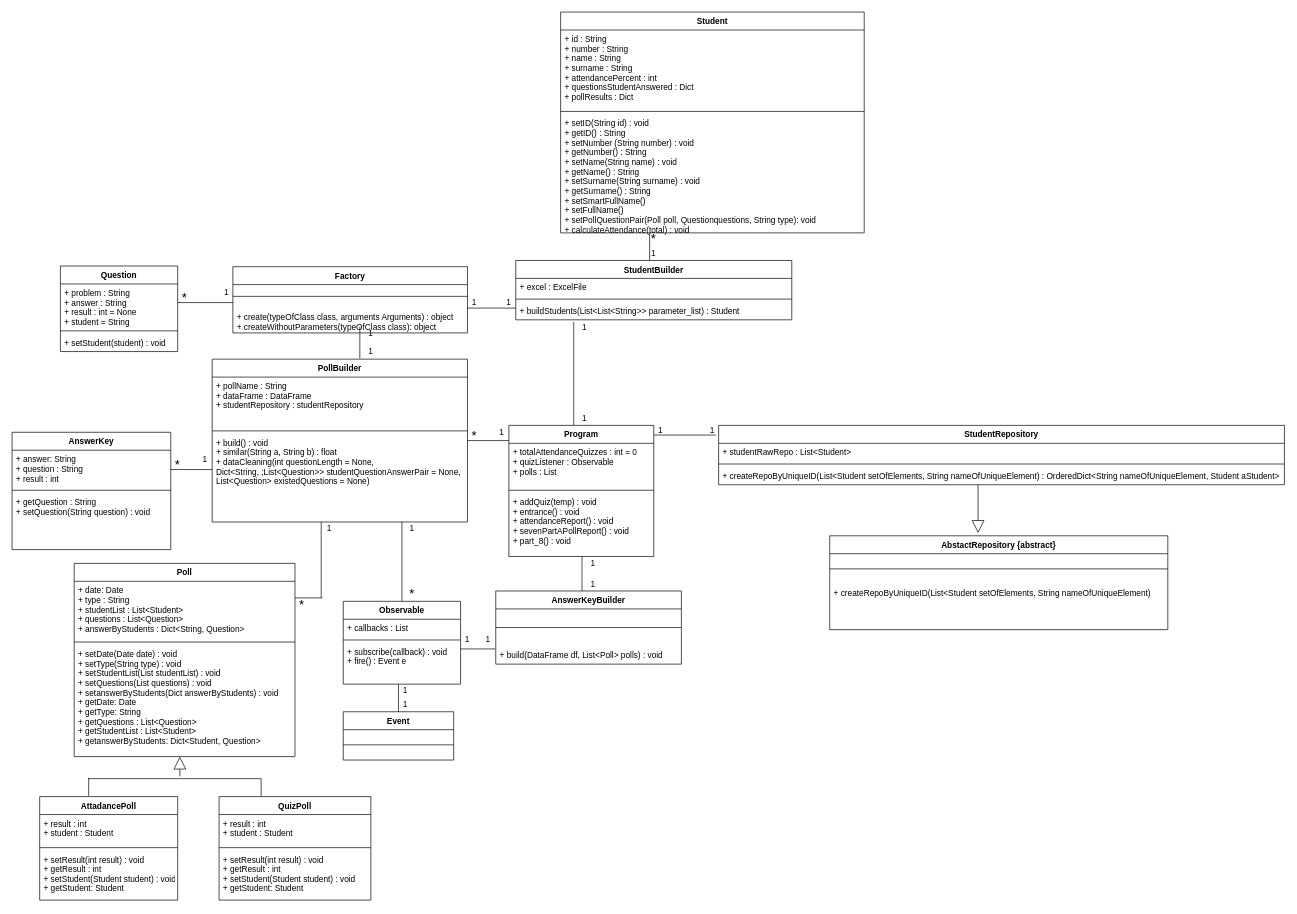
Earlier version of the draw.io diagram PythonProject/iteration1/DCD.drawio (alperdokay/CSE3063F20P1_GRP20). Source tidied: cells renumbered, new cells numbered last; positions are measured from the earlier drawing's top-left corner, leaving out a move shared by most shapes. Both pictures are drawn from the tidied source at 69%, with x=0, y=0 at pixel (12, 12).
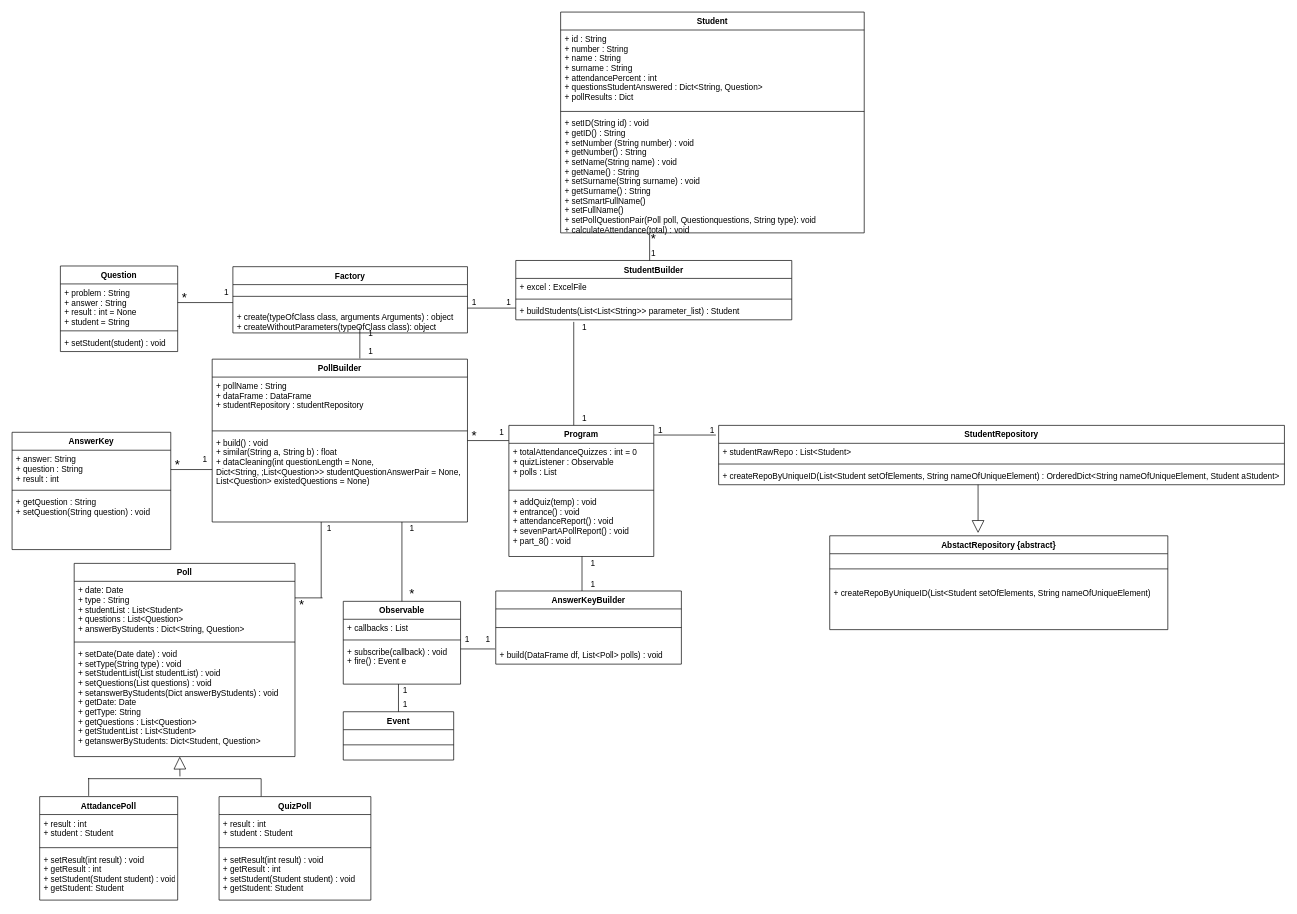
The same page after the edit.

The change refers to these unchanged cells:
```xml
<mxCell id="17" value="Student" style="swimlane;fontStyle=1;align=center;verticalAlign=top;horizontal=1;startSize=26;" parent="1" vertex="1">
  <mxGeometry x="795" width="440" height="320" as="geometry" />
</mxCell>
```

What changed in the source:
```diff
@@
-    <mxCell id="18" value="+ id : String&#10;+ number : String&#10;+ name : String&#10;+ surname : String&#10;+ attendancePercent : int&#10;+ questionsStudentAnswered : Dict&#10;+ pollResults : Dict" style="text;strokeColor=none;fillColor=none;align=left;verticalAlign=top;spacingLeft=4;spacingRight=4;overflow=hidden;" parent="17" vertex="1">
+    <mxCell id="18" value="+ id : String&#10;+ number : String&#10;+ name : String&#10;+ surname : String&#10;+ attendancePercent : int&#10;+ questionsStudentAnswered : Dict&lt;String, Question&gt;&#10;+ pollResults : Dict" style="text;strokeColor=none;fillColor=none;align=left;verticalAlign=top;spacingLeft=4;spacingRight=4;overflow=hidden;" parent="17" vertex="1">
       <mxGeometry y="26" width="440" height="114" as="geometry" />
     </mxCell>
```
